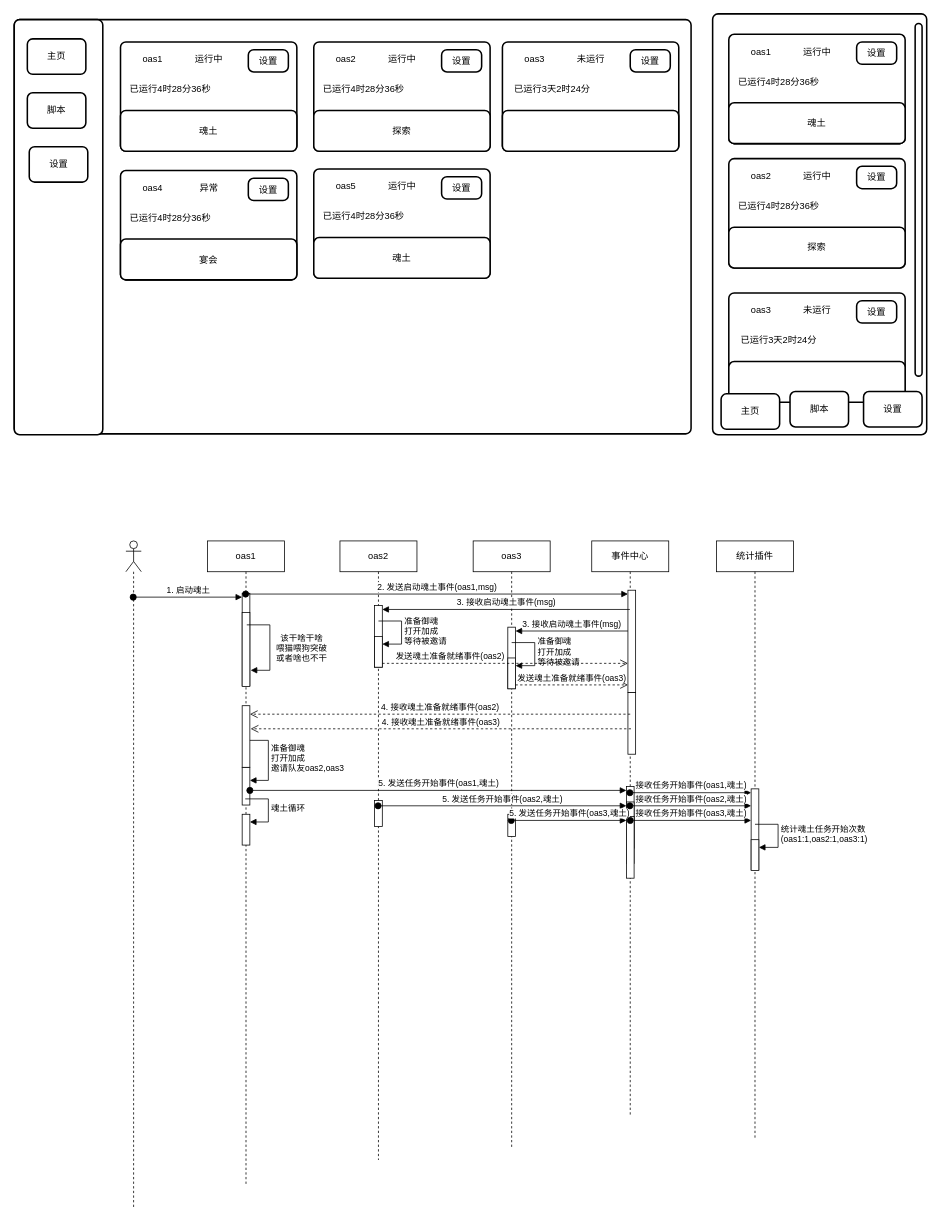
Earlier version of the draw.io diagram oasx.drawio (BluettDream/draw.io). Source tidied: cells renumbered, new cells numbered last; positions are measured from the earlier drawing's top-left corner, leaving out a move shared by most shapes. Both pictures are drawn from the tidied source at 77%, with x=0, y=0 at pixel (14, 14).
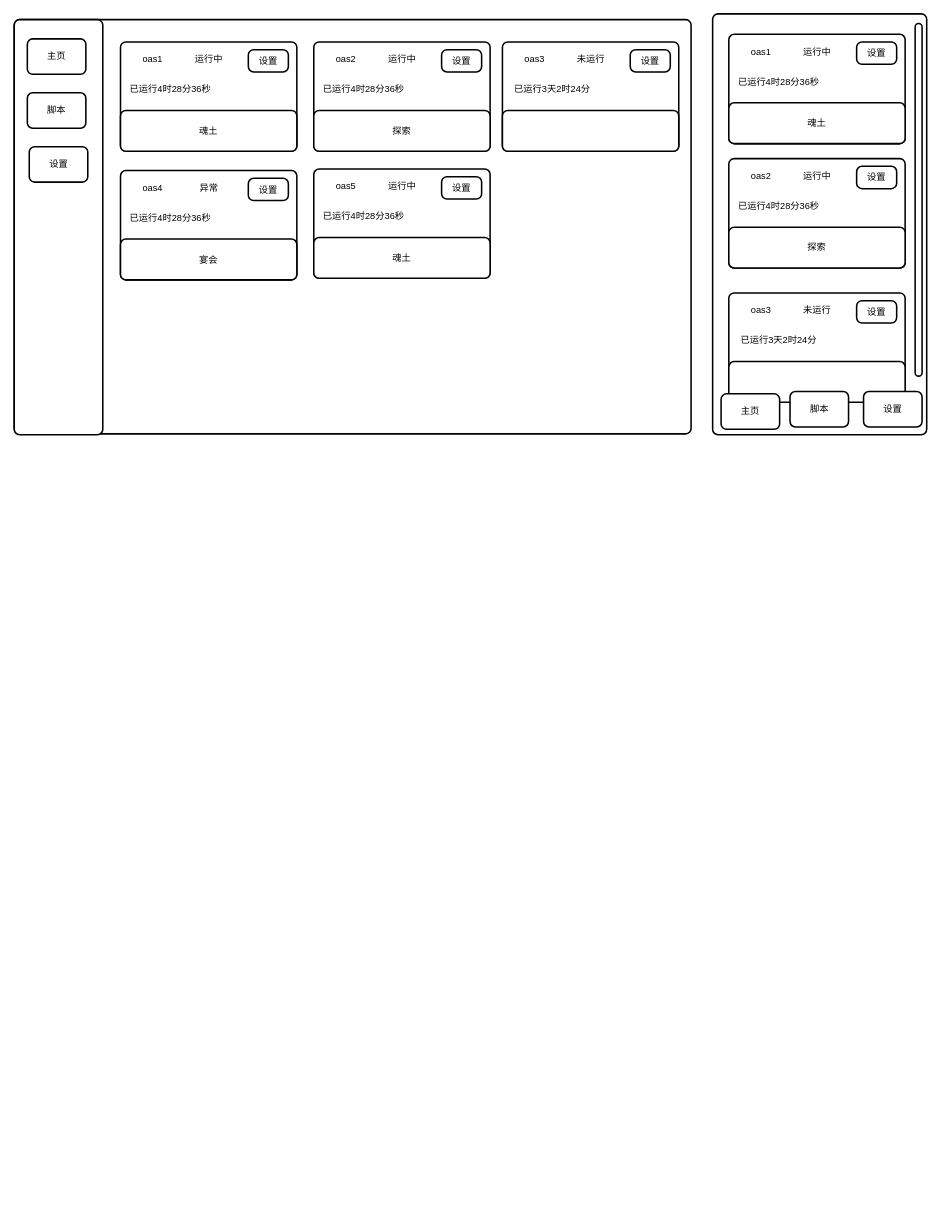
The same diagram, later.

Change to the diagram source:
```diff
@@
-    <mxCell id="60" style="shape=umlLifeline;perimeter=lifelinePerimeter;whiteSpace=wrap;html=1;outlineConnect=0;portConstraint=eastwest;newEdgeStyle={&quot;curved&quot;:0,&quot;rounded&quot;:0};participant=umlActor;" parent="1" vertex="1">
-      <mxGeometry x="145" y="684" width="20" height="866" as="geometry" />
-    </mxCell>
-    <mxCell id="61" value="oas1" style="shape=umlLifeline;perimeter=lifelinePerimeter;whiteSpace=wrap;html=1;outlineConnect=0;portConstraint=eastwest;newEdgeStyle={&quot;curved&quot;:0,&quot;rounded&quot;:0};" parent="1" vertex="1">
-      <mxGeometry x="251" y="684" width="100" height="838" as="geometry" />
-    </mxCell>
-    <mxCell id="62" style="html=1;points=[[0,0,0,0,5],[0,1,0,0,-5],[1,0,0,0,5],[1,1,0,0,-5]];perimeter=orthogonalPerimeter;outlineConnect=0;targetShapes=umlLifeline;portConstraint=eastwest;newEdgeStyle={&quot;curved&quot;:0,&quot;rounded&quot;:0};" parent="61" vertex="1">
-      <mxGeometry x="45" y="68" width="10" height="120" as="geometry" />
-    </mxCell>
-    <mxCell id="63" style="html=1;perimeter=orthogonalPerimeter;targetShapes=umlLifeline;newEdgeStyle={&quot;curved&quot;:0,&quot;rounded&quot;:0};" parent="61" vertex="1">
-      <mxGeometry x="45" y="93" width="10" height="96" as="geometry" />
-    </mxCell>
-    <mxCell id="64" style="html=1;align=left;spacingLeft=2;endArrow=block;rounded=0;edgeStyle=orthogonalEdgeStyle;curved=0;rounded=0;" parent="61" edge="1">
-      <mxGeometry relative="1" as="geometry">
-        <mxPoint x="51" y="109" as="sourcePoint" />
-        <mxPoint x="56" y="168" as="targetPoint" />
-        <Array as="points">
-          <mxPoint x="81" y="109" />
-          <mxPoint x="81" y="168" />
-        </Array>
-      </mxGeometry>
-    </mxCell>
-    <mxCell id="65" value="该干啥干啥&lt;br&gt;喂猫喂狗突破&lt;br&gt;或者啥也不干" style="edgeLabel;html=1;align=center;verticalAlign=middle;" parent="64" vertex="1">
-      <mxGeometry x="-0.05" y="-1" relative="1" as="geometry">
-        <mxPoint x="41" y="5" as="offset" />
-      </mxGeometry>
-    </mxCell>
-    <mxCell id="66" style="html=1;points=[[0,0,0,0,5],[0,1,0,0,-5],[1,0,0,0,5],[1,1,0,0,-5]];perimeter=orthogonalPerimeter;outlineConnect=0;targetShapes=umlLifeline;portConstraint=eastwest;newEdgeStyle={&quot;curved&quot;:0,&quot;rounded&quot;:0};" parent="61" vertex="1">
-      <mxGeometry x="45" y="294" width="10" height="49" as="geometry" />
-    </mxCell>
-    <mxCell id="67" value="准备御魂&lt;br&gt;打开加成&lt;br&gt;邀请队友oas2,oas3" style="html=1;align=left;spacingLeft=2;endArrow=block;rounded=0;edgeStyle=orthogonalEdgeStyle;curved=0;rounded=0;" parent="61" edge="1" target="66">
-      <mxGeometry relative="1" as="geometry">
-        <mxPoint x="49" y="259" as="sourcePoint" />
-        <Array as="points">
-          <mxPoint x="79" y="259" />
-          <mxPoint x="79" y="311" />
-        </Array>
-      </mxGeometry>
-    </mxCell>
-    <mxCell id="68" style="html=1;points=[[0,0,0,0,5],[0,1,0,0,-5],[1,0,0,0,5],[1,1,0,0,-5]];perimeter=orthogonalPerimeter;outlineConnect=0;targetShapes=umlLifeline;portConstraint=eastwest;newEdgeStyle={&quot;curved&quot;:0,&quot;rounded&quot;:0};" parent="61" vertex="1">
-      <mxGeometry x="45" y="214" width="10" height="80" as="geometry" />
-    </mxCell>
-    <mxCell id="69" style="html=1;points=[[0,0,0,0,5],[0,1,0,0,-5],[1,0,0,0,5],[1,1,0,0,-5]];perimeter=orthogonalPerimeter;outlineConnect=0;targetShapes=umlLifeline;portConstraint=eastwest;newEdgeStyle={&quot;curved&quot;:0,&quot;rounded&quot;:0};" parent="61" vertex="1">
-      <mxGeometry x="45" y="355" width="10" height="40" as="geometry" />
-    </mxCell>
-    <mxCell id="70" value="魂土循环" style="html=1;align=left;spacingLeft=2;endArrow=block;rounded=0;edgeStyle=orthogonalEdgeStyle;curved=0;rounded=0;" parent="61" edge="1" target="69">
-      <mxGeometry relative="1" as="geometry">
-        <mxPoint x="49" y="335" as="sourcePoint" />
-        <Array as="points">
-          <mxPoint x="79" y="365" />
-        </Array>
-      </mxGeometry>
-    </mxCell>
-    <mxCell id="71" value="oas2" style="shape=umlLifeline;perimeter=lifelinePerimeter;whiteSpace=wrap;html=1;outlineConnect=0;portConstraint=eastwest;newEdgeStyle={&quot;curved&quot;:0,&quot;rounded&quot;:0};" parent="1" vertex="1">
-      <mxGeometry x="423" y="684" width="100" height="804" as="geometry" />
-    </mxCell>
-    <mxCell id="72" style="html=1;points=[[0,0,0,0,5],[0,1,0,0,-5],[1,0,0,0,5],[1,1,0,0,-5]];perimeter=orthogonalPerimeter;outlineConnect=0;targetShapes=umlLifeline;portConstraint=eastwest;newEdgeStyle={&quot;curved&quot;:0,&quot;rounded&quot;:0};" parent="71" vertex="1">
-      <mxGeometry x="45" y="84" width="10" height="80" as="geometry" />
-    </mxCell>
-    <mxCell id="73" style="html=1;points=[[0,0,0,0,5],[0,1,0,0,-5],[1,0,0,0,5],[1,1,0,0,-5]];perimeter=orthogonalPerimeter;outlineConnect=0;targetShapes=umlLifeline;portConstraint=eastwest;newEdgeStyle={&quot;curved&quot;:0,&quot;rounded&quot;:0};" parent="71" vertex="1">
-      <mxGeometry x="45" y="124" width="10" height="40" as="geometry" />
-    </mxCell>
-    <mxCell id="74" value="准备御魂&lt;br&gt;打开加成&lt;br&gt;等待被邀请" style="html=1;align=left;spacingLeft=2;endArrow=block;rounded=0;edgeStyle=orthogonalEdgeStyle;curved=0;rounded=0;" parent="71" edge="1" target="73">
-      <mxGeometry relative="1" as="geometry">
-        <mxPoint x="50" y="104" as="sourcePoint" />
-        <Array as="points">
-          <mxPoint x="80" y="134" />
-        </Array>
-      </mxGeometry>
-    </mxCell>
-    <mxCell id="75" style="html=1;perimeter=orthogonalPerimeter;targetShapes=umlLifeline;newEdgeStyle={&quot;curved&quot;:0,&quot;rounded&quot;:0};" parent="71" vertex="1">
-      <mxGeometry x="45" y="337" width="10" height="34" as="geometry" />
-    </mxCell>
-    <mxCell id="76" value="oas3" style="shape=umlLifeline;perimeter=lifelinePerimeter;whiteSpace=wrap;html=1;outlineConnect=0;portConstraint=eastwest;newEdgeStyle={&quot;curved&quot;:0,&quot;rounded&quot;:0};" parent="1" vertex="1">
-      <mxGeometry x="596" y="684" width="100" height="790" as="geometry" />
-    </mxCell>
-    <mxCell id="77" style="html=1;points=[[0,0,0,0,5],[0,1,0,0,-5],[1,0,0,0,5],[1,1,0,0,-5]];perimeter=orthogonalPerimeter;outlineConnect=0;targetShapes=umlLifeline;portConstraint=eastwest;newEdgeStyle={&quot;curved&quot;:0,&quot;rounded&quot;:0};" parent="76" vertex="1">
-      <mxGeometry x="45" y="112" width="10" height="80" as="geometry" />
-    </mxCell>
-    <mxCell id="78" style="html=1;points=[[0,0,0,0,5],[0,1,0,0,-5],[1,0,0,0,5],[1,1,0,0,-5]];perimeter=orthogonalPerimeter;outlineConnect=0;targetShapes=umlLifeline;portConstraint=eastwest;newEdgeStyle={&quot;curved&quot;:0,&quot;rounded&quot;:0};" parent="76" vertex="1">
-      <mxGeometry x="45" y="152" width="10" height="40" as="geometry" />
-    </mxCell>
-    <mxCell id="79" value="准备御魂&lt;br&gt;打开加成&lt;br&gt;等待被邀请" style="html=1;align=left;spacingLeft=2;endArrow=block;rounded=0;edgeStyle=orthogonalEdgeStyle;curved=0;rounded=0;" parent="76" edge="1" target="78">
-      <mxGeometry x="-0.01" relative="1" as="geometry">
-        <mxPoint x="50" y="132" as="sourcePoint" />
-        <Array as="points">
-          <mxPoint x="80" y="162" />
-        </Array>
-      </mxGeometry>
-    </mxCell>
-    <mxCell id="80" style="html=1;perimeter=orthogonalPerimeter;targetShapes=umlLifeline;newEdgeStyle={&quot;curved&quot;:0,&quot;rounded&quot;:0};" parent="76" vertex="1">
-      <mxGeometry x="45" y="355" width="10" height="29" as="geometry" />
-    </mxCell>
-    <mxCell id="81" value="事件中心" style="shape=umlLifeline;perimeter=lifelinePerimeter;whiteSpace=wrap;html=1;outlineConnect=0;portConstraint=eastwest;newEdgeStyle={&quot;curved&quot;:0,&quot;rounded&quot;:0};" parent="1" vertex="1">
-      <mxGeometry x="750" y="684" width="100" height="746" as="geometry" />
-    </mxCell>
-    <mxCell id="82" style="html=1;points=[[0,0,0,0,5],[0,1,0,0,-5],[1,0,0,0,5],[1,1,0,0,-5]];perimeter=orthogonalPerimeter;outlineConnect=0;targetShapes=umlLifeline;portConstraint=eastwest;newEdgeStyle={&quot;curved&quot;:0,&quot;rounded&quot;:0};" parent="81" vertex="1">
-      <mxGeometry x="47" y="64" width="10" height="133" as="geometry" />
-    </mxCell>
-    <mxCell id="83" style="html=1;perimeter=orthogonalPerimeter;targetShapes=umlLifeline;newEdgeStyle={&quot;curved&quot;:0,&quot;rounded&quot;:0};" parent="81" vertex="1">
-      <mxGeometry x="47" y="197" width="10" height="80" as="geometry" />
-    </mxCell>
-    <mxCell id="84" style="html=1;points=[[0,0,0,0,5],[0,1,0,0,-5],[1,0,0,0,5],[1,1,0,0,-5]];perimeter=orthogonalPerimeter;outlineConnect=0;targetShapes=umlLifeline;portConstraint=eastwest;newEdgeStyle={&quot;curved&quot;:0,&quot;rounded&quot;:0};" parent="81" vertex="1">
-      <mxGeometry x="45" y="319" width="10" height="80" as="geometry" />
-    </mxCell>
-    <mxCell id="85" style="html=1;points=[[0,0,0,0,5],[0,1,0,0,-5],[1,0,0,0,5],[1,1,0,0,-5]];perimeter=orthogonalPerimeter;outlineConnect=0;targetShapes=umlLifeline;portConstraint=eastwest;newEdgeStyle={&quot;curved&quot;:0,&quot;rounded&quot;:0};" parent="81" vertex="1">
-      <mxGeometry x="45" y="339" width="10" height="80" as="geometry" />
-    </mxCell>
-    <mxCell id="86" style="html=1;points=[[0,0,0,0,5],[0,1,0,0,-5],[1,0,0,0,5],[1,1,0,0,-5]];perimeter=orthogonalPerimeter;outlineConnect=0;targetShapes=umlLifeline;portConstraint=eastwest;newEdgeStyle={&quot;curved&quot;:0,&quot;rounded&quot;:0};" parent="81" vertex="1">
-      <mxGeometry x="45" y="358" width="10" height="80" as="geometry" />
-    </mxCell>
-    <mxCell id="87" value="1. 启动魂土" style="html=1;verticalAlign=bottom;startArrow=oval;endArrow=block;startSize=8;curved=0;rounded=0;entryX=0;entryY=0;entryDx=0;entryDy=5;" parent="1" edge="1" source="60" target="62">
-      <mxGeometry relative="1" as="geometry" />
-    </mxCell>
-    <mxCell id="88" value="2. 发送启动魂土事件(oas1,msg)" style="html=1;verticalAlign=bottom;startArrow=oval;endArrow=block;startSize=8;curved=0;rounded=0;entryX=0;entryY=0;entryDx=0;entryDy=5;" parent="1" edge="1" source="61" target="82">
-      <mxGeometry relative="1" as="geometry" />
-    </mxCell>
-    <mxCell id="89" value="3. 接收启动魂土事件(msg)" style="html=1;verticalAlign=bottom;endArrow=block;curved=0;rounded=0;entryX=1;entryY=0;entryDx=0;entryDy=5;" parent="1" edge="1" source="81" target="72">
-      <mxGeometry relative="1" as="geometry" />
-    </mxCell>
-    <mxCell id="90" value="发送魂土准备就绪事件(oas2)" style="html=1;verticalAlign=bottom;endArrow=open;dashed=1;endSize=8;curved=0;rounded=0;exitX=1;exitY=1;exitDx=0;exitDy=-5;align=right;" parent="1" edge="1" source="72" target="82">
-      <mxGeometry relative="1" as="geometry" />
-    </mxCell>
-    <mxCell id="91" value="3. 接收启动魂土事件(msg)" style="html=1;verticalAlign=bottom;endArrow=block;curved=0;rounded=0;entryX=1;entryY=0;entryDx=0;entryDy=5;" parent="1" edge="1" source="82" target="77">
-      <mxGeometry relative="1" as="geometry" />
-    </mxCell>
-    <mxCell id="92" value="发送魂土准备就绪事件(oas3)" style="html=1;verticalAlign=bottom;endArrow=open;dashed=1;endSize=8;curved=0;rounded=0;exitX=1;exitY=1;exitDx=0;exitDy=-5;" parent="1" edge="1" source="77" target="82">
-      <mxGeometry relative="1" as="geometry" />
-    </mxCell>
-    <mxCell id="93" value="4. 接收魂土准备就绪事件(oas2)" style="html=1;verticalAlign=bottom;endArrow=open;dashed=1;endSize=8;curved=0;rounded=0;" parent="1" edge="1" target="68">
-      <mxGeometry relative="1" as="geometry">
-        <mxPoint x="800" y="909" as="sourcePoint" />
-      </mxGeometry>
-    </mxCell>
-    <mxCell id="94" value="4. 接收魂土准备就绪事件(oas3)" style="html=1;verticalAlign=bottom;endArrow=open;dashed=1;endSize=8;curved=0;rounded=0;" parent="1" edge="1">
-      <mxGeometry relative="1" as="geometry">
-        <mxPoint x="801" y="928" as="sourcePoint" />
-        <mxPoint x="307" y="928" as="targetPoint" />
-      </mxGeometry>
-    </mxCell>
-    <mxCell id="95" value="5. 发送任务开始事件(oas1,魂土)" style="html=1;verticalAlign=bottom;startArrow=oval;endArrow=block;startSize=8;curved=0;rounded=0;entryX=0;entryY=0;entryDx=0;entryDy=5;" parent="1" edge="1" source="66" target="84">
-      <mxGeometry relative="1" as="geometry" />
-    </mxCell>
-    <mxCell id="96" value="5. 发送任务开始事件(oas2,魂土)" style="html=1;verticalAlign=bottom;startArrow=oval;endArrow=block;startSize=8;curved=0;rounded=0;entryX=0;entryY=0;entryDx=0;entryDy=5;" parent="1" edge="1" source="71" target="85">
-      <mxGeometry relative="1" as="geometry" />
-    </mxCell>
-    <mxCell id="97" value="5. 发送任务开始事件(oas3,魂土)" style="html=1;verticalAlign=bottom;startArrow=oval;endArrow=block;startSize=8;curved=0;rounded=0;entryX=0;entryY=0;entryDx=0;entryDy=5;" parent="1" edge="1" source="76" target="86">
-      <mxGeometry relative="1" as="geometry" />
-    </mxCell>
-    <mxCell id="98" value="统计插件" style="shape=umlLifeline;perimeter=lifelinePerimeter;whiteSpace=wrap;html=1;newEdgeStyle={&quot;curved&quot;:0,&quot;rounded&quot;:0};" parent="1" vertex="1">
-      <mxGeometry x="912" y="684" width="100" height="777" as="geometry" />
-    </mxCell>
-    <mxCell id="99" style="html=1;points=[[0,0,0,0,5],[0,1,0,0,-5],[1,0,0,0,5],[1,1,0,0,-5]];perimeter=orthogonalPerimeter;outlineConnect=0;targetShapes=umlLifeline;portConstraint=eastwest;newEdgeStyle={&quot;curved&quot;:0,&quot;rounded&quot;:0};" parent="98" vertex="1">
-      <mxGeometry x="45" y="322" width="10" height="105" as="geometry" />
-    </mxCell>
-    <mxCell id="100" style="html=1;points=[[0,0,0,0,5],[0,1,0,0,-5],[1,0,0,0,5],[1,1,0,0,-5]];perimeter=orthogonalPerimeter;outlineConnect=0;targetShapes=umlLifeline;portConstraint=eastwest;newEdgeStyle={&quot;curved&quot;:0,&quot;rounded&quot;:0};" parent="98" vertex="1">
-      <mxGeometry x="45" y="388" width="10" height="40" as="geometry" />
-    </mxCell>
-    <mxCell id="101" value="统计魂土任务开始次数&lt;div&gt;(oas1:1,oas2:1,oas3:1)&lt;/div&gt;" style="html=1;align=left;spacingLeft=2;endArrow=block;rounded=0;edgeStyle=orthogonalEdgeStyle;curved=0;rounded=0;" parent="98" edge="1" target="100">
-      <mxGeometry relative="1" as="geometry">
-        <mxPoint x="50" y="368" as="sourcePoint" />
-        <Array as="points">
-          <mxPoint x="80" y="398" />
-        </Array>
-      </mxGeometry>
-    </mxCell>
-    <mxCell id="102" value="接收任务开始事件(oas1,魂土)" style="html=1;verticalAlign=bottom;startArrow=oval;endArrow=block;startSize=8;curved=0;rounded=0;entryX=0;entryY=0;entryDx=0;entryDy=5;" parent="1" edge="1" source="81" target="99">
-      <mxGeometry relative="1" as="geometry" />
-    </mxCell>
-    <mxCell id="103" value="接收任务开始事件(oas2,魂土)" style="html=1;verticalAlign=bottom;startArrow=oval;endArrow=block;startSize=8;curved=0;rounded=0;entryX=0;entryY=0;entryDx=0;entryDy=5;" parent="1" edge="1" source="81">
-      <mxGeometry relative="1" as="geometry">
-        <mxPoint x="957" y="1028" as="targetPoint" />
-      </mxGeometry>
-    </mxCell>
-    <mxCell id="104" value="接收任务开始事件(oas3,魂土)" style="html=1;verticalAlign=bottom;startArrow=oval;endArrow=block;startSize=8;curved=0;rounded=0;entryX=0;entryY=0;entryDx=0;entryDy=5;" parent="1" edge="1">
-      <mxGeometry relative="1" as="geometry">
-        <mxPoint x="800" y="1047" as="sourcePoint" />
-        <mxPoint x="957" y="1047" as="targetPoint" />
-      </mxGeometry>
-    </mxCell>
```
